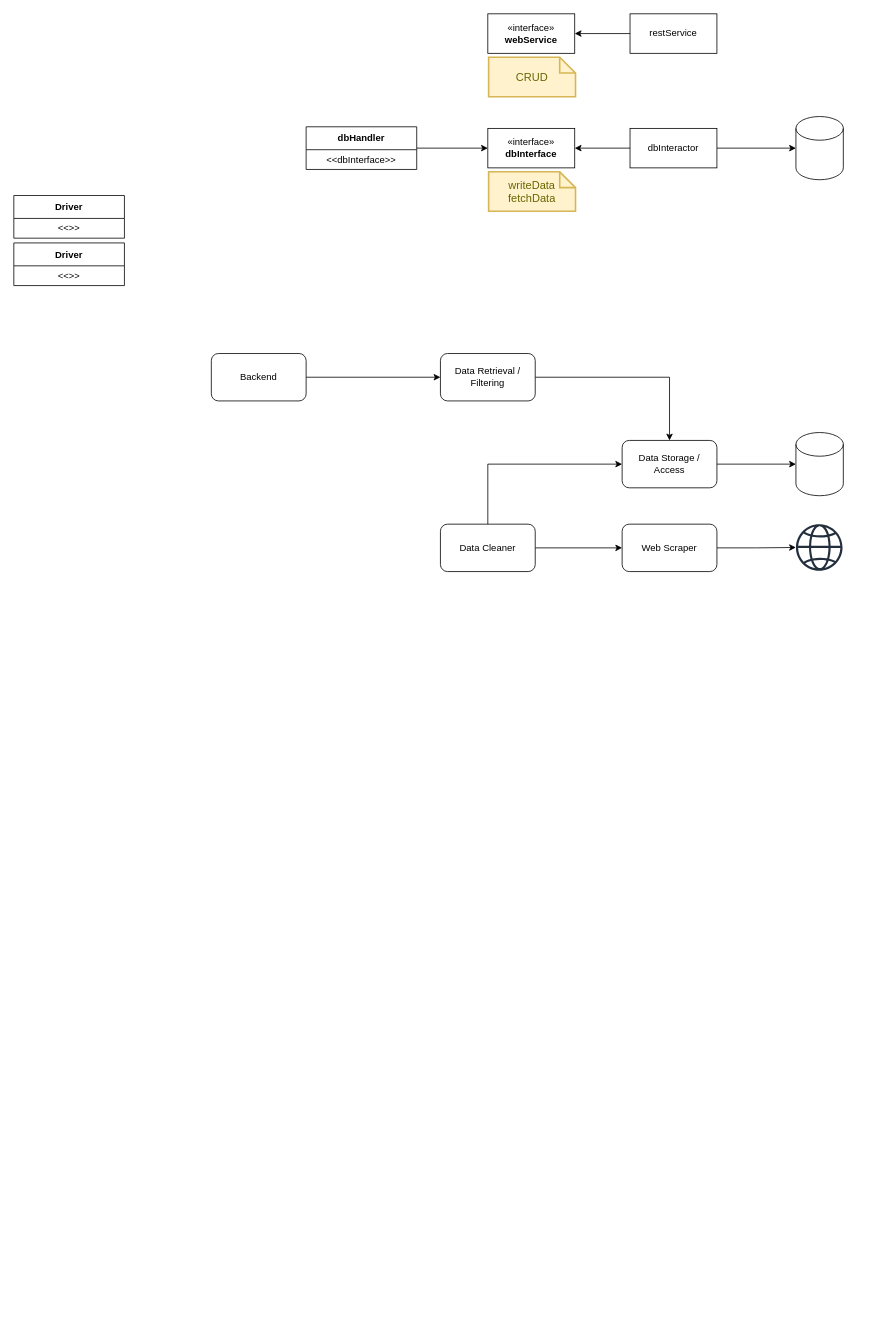
Above: page "Rough Work" (1 of 2) of system-design-rough.drawio in ChessEmulator94/recipe-helper (draw.io), before the change. Source tidied: cells renumbered, new cells numbered last; positions are measured from the earlier drawing's top-left corner, leaving out a move shared by most shapes. Both pictures are drawn from the tidied source at 79%, with x=0, y=0 at pixel (13, 13).
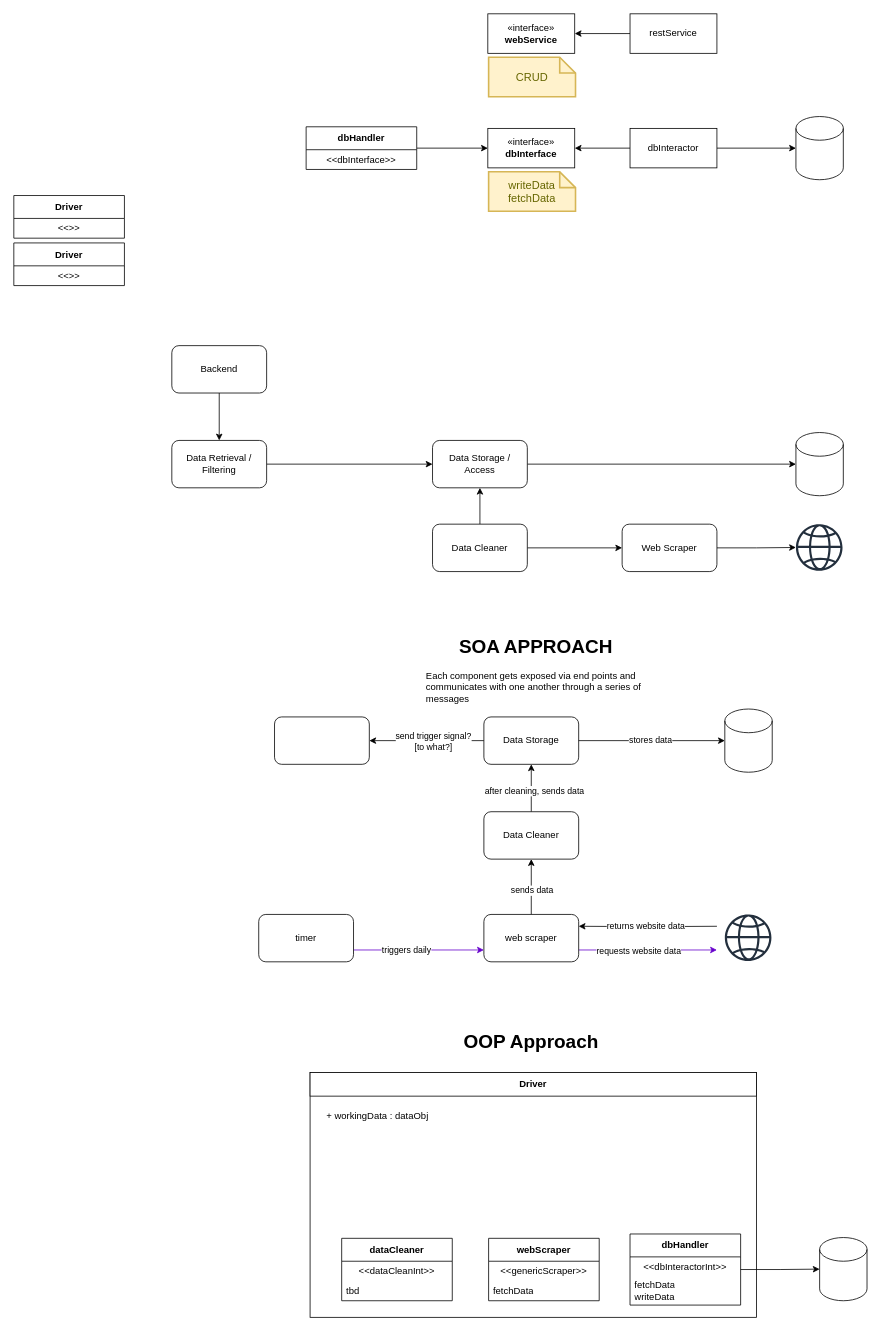
The same diagram, later.

Commit message:
Added rough designs for an SOA and OOP approach

What changed in the source:
```diff
@@
+    <mxCell id="32" style="rounded=0;whiteSpace=wrap;html=1;fillColor=none;" parent="1" vertex="1">
+      <mxGeometry x="375" y="1340" width="565" height="310" as="geometry" />
+    </mxCell>
@@
-    <mxCell id="23" style="edgeStyle=orthogonalEdgeStyle;rounded=0;jettySize=auto;html=1;entryX=0;entryY=0.5;entryDx=0;entryDy=0;" parent="1" edge="1" source="24" target="26">
-      <mxGeometry relative="1" as="geometry">
-        <Array as="points">
-          <mxPoint x="600" y="570" />
-        </Array>
-      </mxGeometry>
+    <mxCell id="23" style="edgeStyle=orthogonalEdgeStyle;rounded=0;jettySize=auto;html=1;" parent="1" edge="1" source="24" target="26">
+      <mxGeometry relative="1" as="geometry" />
     </mxCell>
     <mxCell id="24" value="Data Cleaner" style="rounded=1;whiteSpace=wrap;html=1;" parent="1" vertex="1">
-      <mxGeometry x="540" y="646" width="120" height="60" as="geometry" />
+      <mxGeometry x="530" y="646" width="120" height="60" as="geometry" />
     </mxCell>
@@
     <mxCell id="26" value="Data Storage / Access" style="rounded=1;whiteSpace=wrap;html=1;" parent="1" vertex="1">
-      <mxGeometry x="770" y="540" width="120" height="60" as="geometry" />
+      <mxGeometry x="530" y="540" width="120" height="60" as="geometry" />
     </mxCell>
@@
-    <mxCell id="28" style="edgeStyle=orthogonalEdgeStyle;rounded=0;jettySize=auto;html=1;entryX=0.5;entryY=0;entryDx=0;entryDy=0;" parent="1" edge="1" source="29" target="26">
+    <mxCell id="28" style="edgeStyle=orthogonalEdgeStyle;rounded=0;jettySize=auto;html=1;" parent="1" edge="1" source="29" target="26">
       <mxGeometry relative="1" as="geometry" />
     </mxCell>
     <mxCell id="29" value="Data Retrieval / Filtering" style="rounded=1;whiteSpace=wrap;html=1;" parent="1" vertex="1">
-      <mxGeometry x="540" y="430" width="120" height="60" as="geometry" />
+      <mxGeometry x="200" y="540" width="120" height="60" as="geometry" />
     </mxCell>
@@
     <mxCell id="31" value="Backend" style="rounded=1;whiteSpace=wrap;html=1;" parent="1" vertex="1">
-      <mxGeometry x="250" y="430" width="120" height="60" as="geometry" />
+      <mxGeometry x="200" y="420" width="120" height="60" as="geometry" />
     </mxCell>
+    <mxCell id="33" style="edgeStyle=orthogonalEdgeStyle;rounded=0;jettySize=auto;html=1;exitX=1;exitY=0.75;exitDx=0;exitDy=0;entryX=0;entryY=0.75;entryDx=0;entryDy=0;strokeColor=#6600CC;" parent="1" edge="1" source="35" target="41">
+      <mxGeometry relative="1" as="geometry" />
+    </mxCell>
+    <mxCell id="34" value="triggers daily" style="edgeLabel;html=1;align=center;verticalAlign=middle;" parent="33" vertex="1">
+      <mxGeometry x="-0.2" y="-1" relative="1" as="geometry">
+        <mxPoint y="-2" as="offset" />
+      </mxGeometry>
+    </mxCell>
+    <mxCell id="35" value="timer" style="rounded=1;whiteSpace=wrap;html=1;" parent="1" vertex="1">
+      <mxGeometry x="310" y="1140" width="120" height="60" as="geometry" />
+    </mxCell>
+    <mxCell id="36" style="edgeStyle=orthogonalEdgeStyle;rounded=0;jettySize=auto;html=1;exitX=1;exitY=0.75;exitDx=0;exitDy=0;strokeColor=#6600CC;" parent="1" edge="1" source="41">
+      <mxGeometry relative="1" as="geometry">
+        <mxPoint x="890" y="1185" as="targetPoint" />
+      </mxGeometry>
+    </mxCell>
+    <mxCell id="37" style="edgeLabel;html=1;align=center;verticalAlign=middle;" parent="36" vertex="1">
+      <mxGeometry x="-0.11" y="-1" relative="1" as="geometry" />
+    </mxCell>
+    <mxCell id="38" value="requests website data" style="edgeLabel;html=1;align=center;verticalAlign=middle;" parent="36" vertex="1">
+      <mxGeometry x="-0.15" y="-2" relative="1" as="geometry">
+        <mxPoint y="-2" as="offset" />
+      </mxGeometry>
+    </mxCell>
+    <mxCell id="39" style="edgeStyle=orthogonalEdgeStyle;rounded=0;jettySize=auto;html=1;entryX=0.5;entryY=1;entryDx=0;entryDy=0;" parent="1" edge="1" source="41" target="47">
+      <mxGeometry relative="1" as="geometry" />
+    </mxCell>
+    <mxCell id="40" value="sends data" style="edgeLabel;html=1;align=center;verticalAlign=middle;" parent="39" vertex="1">
+      <mxGeometry x="-0.2" y="-1" relative="1" as="geometry">
+        <mxPoint x="-1" y="-3" as="offset" />
+      </mxGeometry>
+    </mxCell>
+    <mxCell id="41" value="web scraper" style="rounded=1;whiteSpace=wrap;html=1;" parent="1" vertex="1">
+      <mxGeometry x="595" y="1140" width="120" height="60" as="geometry" />
+    </mxCell>
+    <mxCell id="42" style="edgeStyle=orthogonalEdgeStyle;rounded=0;jettySize=auto;html=1;entryX=1;entryY=0.25;entryDx=0;entryDy=0;" parent="1" edge="1" target="41">
+      <mxGeometry relative="1" as="geometry">
+        <mxPoint x="890" y="1155" as="sourcePoint" />
+      </mxGeometry>
+    </mxCell>
+    <mxCell id="43" value="returns website data" style="edgeLabel;html=1;align=center;verticalAlign=middle;" parent="42" vertex="1">
+      <mxGeometry x="0.03" y="-1" relative="1" as="geometry">
+        <mxPoint x="-1" as="offset" />
+      </mxGeometry>
+    </mxCell>
+    <mxCell id="44" style="sketch=0;fontColor=#232F3E;gradientColor=none;fillColor=#232F3D;strokeColor=none;dashed=0;verticalLabelPosition=bottom;verticalAlign=top;align=center;html=1;fontSize=12;fontStyle=0;shape=mxgraph.aws4.globe;" parent="1" vertex="1">
+      <mxGeometry x="900" y="1140" width="59" height="59" as="geometry" />
+    </mxCell>
+    <mxCell id="45" style="edgeStyle=orthogonalEdgeStyle;rounded=0;jettySize=auto;html=1;" parent="1" edge="1" source="47" target="50">
+      <mxGeometry relative="1" as="geometry" />
+    </mxCell>
+    <mxCell id="46" value="after cleaning, sends data" style="edgeLabel;html=1;align=center;verticalAlign=middle;" parent="45" vertex="1">
+      <mxGeometry x="-0.1" y="-3" relative="1" as="geometry" />
+    </mxCell>
+    <mxCell id="47" value="Data Cleaner" style="rounded=1;whiteSpace=wrap;html=1;" parent="1" vertex="1">
+      <mxGeometry x="595" y="1010" width="120" height="60" as="geometry" />
+    </mxCell>
+    <mxCell id="48" style="edgeStyle=orthogonalEdgeStyle;rounded=0;jettySize=auto;html=1;" parent="1" edge="1" source="50" target="54">
+      <mxGeometry relative="1" as="geometry" />
+    </mxCell>
+    <mxCell id="49" value="send trigger signal?&lt;div&gt;[to what?]&lt;/div&gt;" style="edgeLabel;html=1;align=center;verticalAlign=middle;" parent="48" vertex="1">
+      <mxGeometry x="0.17" y="-1" relative="1" as="geometry">
+        <mxPoint x="20" y="1" as="offset" />
+      </mxGeometry>
+    </mxCell>
+    <mxCell id="50" value="Data Storage" style="rounded=1;whiteSpace=wrap;html=1;" parent="1" vertex="1">
+      <mxGeometry x="595" y="890" width="120" height="60" as="geometry" />
+    </mxCell>
+    <mxCell id="51" style="shape=cylinder3;whiteSpace=wrap;html=1;boundedLbl=1;backgroundOutline=1;size=15;" parent="1" vertex="1">
+      <mxGeometry x="900" y="880" width="60" height="80" as="geometry" />
+    </mxCell>
+    <mxCell id="52" style="edgeStyle=orthogonalEdgeStyle;rounded=0;jettySize=auto;html=1;entryX=0;entryY=0.5;entryDx=0;entryDy=0;entryPerimeter=0;" parent="1" edge="1" source="50" target="51">
+      <mxGeometry relative="1" as="geometry" />
+    </mxCell>
+    <mxCell id="53" value="stores data" style="edgeLabel;html=1;align=center;verticalAlign=middle;" parent="52" vertex="1">
+      <mxGeometry x="-0.18" y="-1" relative="1" as="geometry">
+        <mxPoint x="14" y="-2" as="offset" />
+      </mxGeometry>
+    </mxCell>
+    <mxCell id="54" style="rounded=1;whiteSpace=wrap;html=1;" parent="1" vertex="1">
+      <mxGeometry x="330" y="890" width="120" height="60" as="geometry" />
+    </mxCell>
+    <mxCell id="55" value="&lt;h1 style=&quot;text-align: center; margin-top: 0px;&quot;&gt;&lt;span style=&quot;background-color: transparent; color: light-dark(rgb(0, 0, 0), rgb(255, 255, 255));&quot;&gt;SOA APPROACH&lt;/span&gt;&lt;/h1&gt;&lt;div&gt;&lt;span style=&quot;background-color: transparent; color: light-dark(rgb(0, 0, 0), rgb(255, 255, 255));&quot;&gt;Each component gets exposed via end points and communicates with one another through a series of messages&lt;/span&gt;&lt;/div&gt;" style="text;html=1;whiteSpace=wrap;overflow=hidden;rounded=0;" parent="1" vertex="1">
+      <mxGeometry x="520" y="780" width="280" height="100" as="geometry" />
+    </mxCell>
+    <mxCell id="56" value="&lt;h1 style=&quot;margin-top: 0px;&quot;&gt;&lt;span style=&quot;background-color: transparent; color: light-dark(rgb(0, 0, 0), rgb(255, 255, 255));&quot;&gt;OOP Approach&lt;/span&gt;&lt;/h1&gt;" style="text;html=1;whiteSpace=wrap;overflow=hidden;rounded=0;align=center;" parent="1" vertex="1">
+      <mxGeometry x="515" y="1280" width="280" height="100" as="geometry" />
+    </mxCell>
+    <mxCell id="57" value="webScraper" style="swimlane;fontStyle=1;align=center;verticalAlign=middle;horizontal=1;startSize=29;html=1;whiteSpace=wrap;" parent="1" vertex="1">
+      <mxGeometry x="601" y="1550" width="140" height="79" as="geometry" />
+    </mxCell>
+    <mxCell id="58" value="&amp;lt;&amp;lt;genericScraper&amp;gt;&amp;gt;" style="text;html=1;strokeColor=none;fillColor=none;align=center;verticalAlign=middle;spacingLeft=4;spacingRight=4;overflow=hidden;whiteSpace=wrap;" parent="57" vertex="1">
+      <mxGeometry y="29" width="140" height="25" as="geometry" />
+    </mxCell>
+    <mxCell id="59" value="fetchData" style="text;html=1;strokeColor=none;fillColor=none;align=left;verticalAlign=middle;spacingLeft=4;spacingRight=4;overflow=hidden;whiteSpace=wrap;" parent="57" vertex="1">
+      <mxGeometry y="54" width="140" height="25" as="geometry" />
+    </mxCell>
+    <mxCell id="60" value="dataCleaner" style="swimlane;fontStyle=1;align=center;verticalAlign=middle;horizontal=1;startSize=29;html=1;whiteSpace=wrap;" parent="1" vertex="1">
+      <mxGeometry x="415" y="1550" width="140" height="79" as="geometry" />
+    </mxCell>
+    <mxCell id="61" value="&amp;lt;&amp;lt;dataCleanInt&amp;gt;&amp;gt;" style="text;html=1;strokeColor=none;fillColor=none;align=center;verticalAlign=middle;spacingLeft=4;spacingRight=4;overflow=hidden;whiteSpace=wrap;" parent="60" vertex="1">
+      <mxGeometry y="29" width="140" height="25" as="geometry" />
+    </mxCell>
+    <mxCell id="62" value="tbd" style="text;html=1;strokeColor=none;fillColor=none;align=left;verticalAlign=middle;spacingLeft=4;spacingRight=4;overflow=hidden;whiteSpace=wrap;" parent="60" vertex="1">
+      <mxGeometry y="54" width="140" height="25" as="geometry" />
+    </mxCell>
+    <mxCell id="63" value="&lt;b&gt;Driver&lt;/b&gt;" style="rounded=0;whiteSpace=wrap;html=1;" parent="1" vertex="1">
+      <mxGeometry x="375" y="1340" width="565" height="30" as="geometry" />
+    </mxCell>
+    <mxCell id="64" value="dbHandler" style="swimlane;fontStyle=1;align=center;verticalAlign=middle;horizontal=1;startSize=29;html=1;whiteSpace=wrap;" parent="1" vertex="1">
+      <mxGeometry x="780" y="1544.5" width="140" height="90" as="geometry" />
+    </mxCell>
+    <mxCell id="65" value="&amp;lt;&amp;lt;dbInteractorInt&amp;gt;&amp;gt;" style="text;html=1;strokeColor=none;fillColor=none;align=center;verticalAlign=middle;spacingLeft=4;spacingRight=4;overflow=hidden;whiteSpace=wrap;" parent="64" vertex="1">
+      <mxGeometry y="29" width="140" height="25" as="geometry" />
+    </mxCell>
+    <mxCell id="66" value="fetchData&lt;div&gt;writeData&lt;/div&gt;" style="text;html=1;strokeColor=none;fillColor=none;align=left;verticalAlign=middle;spacingLeft=4;spacingRight=4;overflow=hidden;whiteSpace=wrap;" parent="64" vertex="1">
+      <mxGeometry y="54" width="140" height="36" as="geometry" />
+    </mxCell>
+    <mxCell id="67" value="+ workingData : dataObj" style="text;strokeColor=none;fillColor=none;align=left;verticalAlign=middle;spacingLeft=4;spacingRight=4;overflow=hidden;whiteSpace=wrap;html=1;" parent="1" vertex="1">
+      <mxGeometry x="390" y="1380" width="140" height="30" as="geometry" />
+    </mxCell>
+    <mxCell id="68" style="shape=cylinder3;whiteSpace=wrap;html=1;boundedLbl=1;backgroundOutline=1;size=15;" parent="1" vertex="1">
+      <mxGeometry x="1020" y="1549" width="60" height="80" as="geometry" />
+    </mxCell>
+    <mxCell id="69" style="edgeStyle=orthogonalEdgeStyle;rounded=0;jettySize=auto;html=1;entryX=0;entryY=0.5;entryDx=0;entryDy=0;entryPerimeter=0;" parent="1" edge="1" source="64" target="68">
+      <mxGeometry relative="1" as="geometry" />
+    </mxCell>
```
